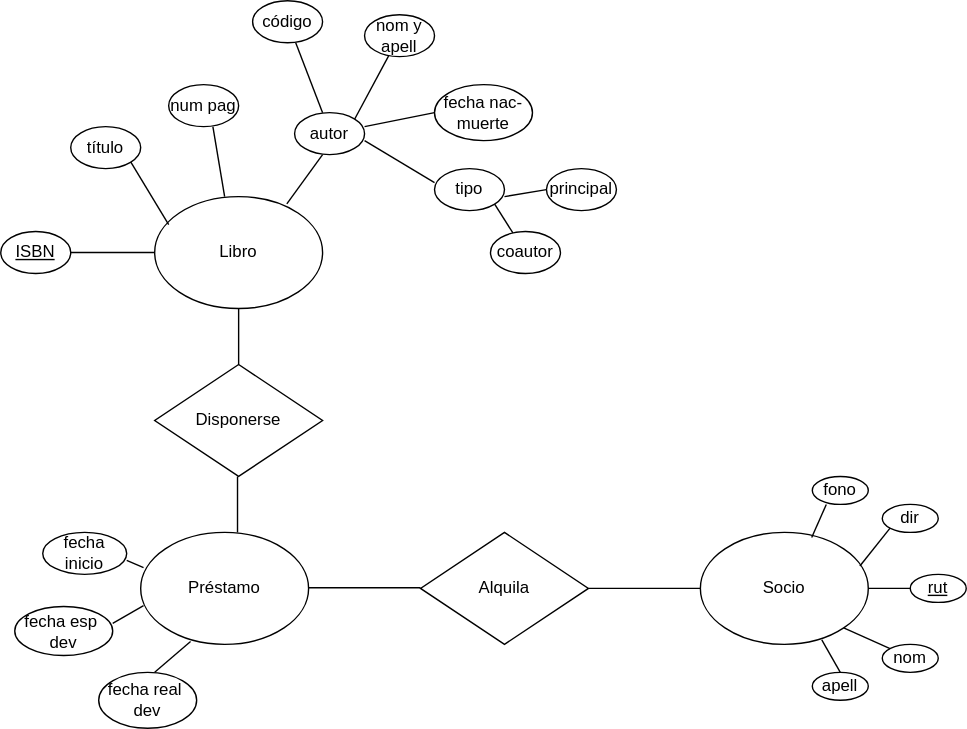
Above: modelo conceptual.drawio.svg in FranSantander/-Biblioteca (draw.io), before the change. Source tidied: cells renumbered, new cells last; positions are measured from the earlier drawing's top-left corner, leaving out a move shared by most shapes.
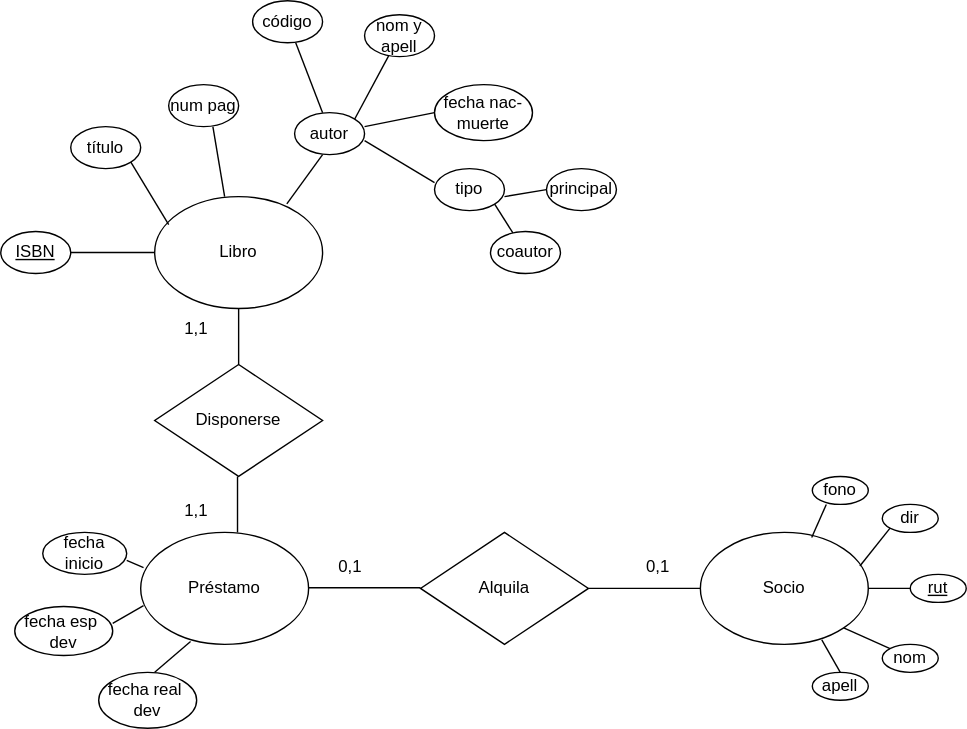
Later version of the same file.

The edit, as a diff of the source:
```diff
@@ -172,5 +172,17 @@
         <mxPoint x="90" y="400" as="sourcePoint" />
       </mxGeometry>
     </mxCell>
+    <mxCell id="47" value="0,1" style="text;html=1;strokeColor=none;fillColor=none;align=center;verticalAlign=middle;whiteSpace=wrap;rounded=0;" parent="1" vertex="1">
+      <mxGeometry x="220" y="390" width="60" height="30" as="geometry" />
+    </mxCell>
+    <mxCell id="48" value="0,1" style="text;html=1;strokeColor=none;fillColor=none;align=center;verticalAlign=middle;whiteSpace=wrap;rounded=0;" parent="1" vertex="1">
+      <mxGeometry x="440" y="390" width="60" height="30" as="geometry" />
+    </mxCell>
+    <mxCell id="49" value="1,1" style="text;html=1;strokeColor=none;fillColor=none;align=center;verticalAlign=middle;whiteSpace=wrap;rounded=0;" parent="1" vertex="1">
+      <mxGeometry x="110" y="220" width="60" height="30" as="geometry" />
+    </mxCell>
+    <mxCell id="50" value="1,1" style="text;html=1;strokeColor=none;fillColor=none;align=center;verticalAlign=middle;whiteSpace=wrap;rounded=0;" parent="1" vertex="1">
+      <mxGeometry x="110" y="350" width="60" height="30" as="geometry" />
+    </mxCell>
   </root>
 </mxGraphModel>
```
